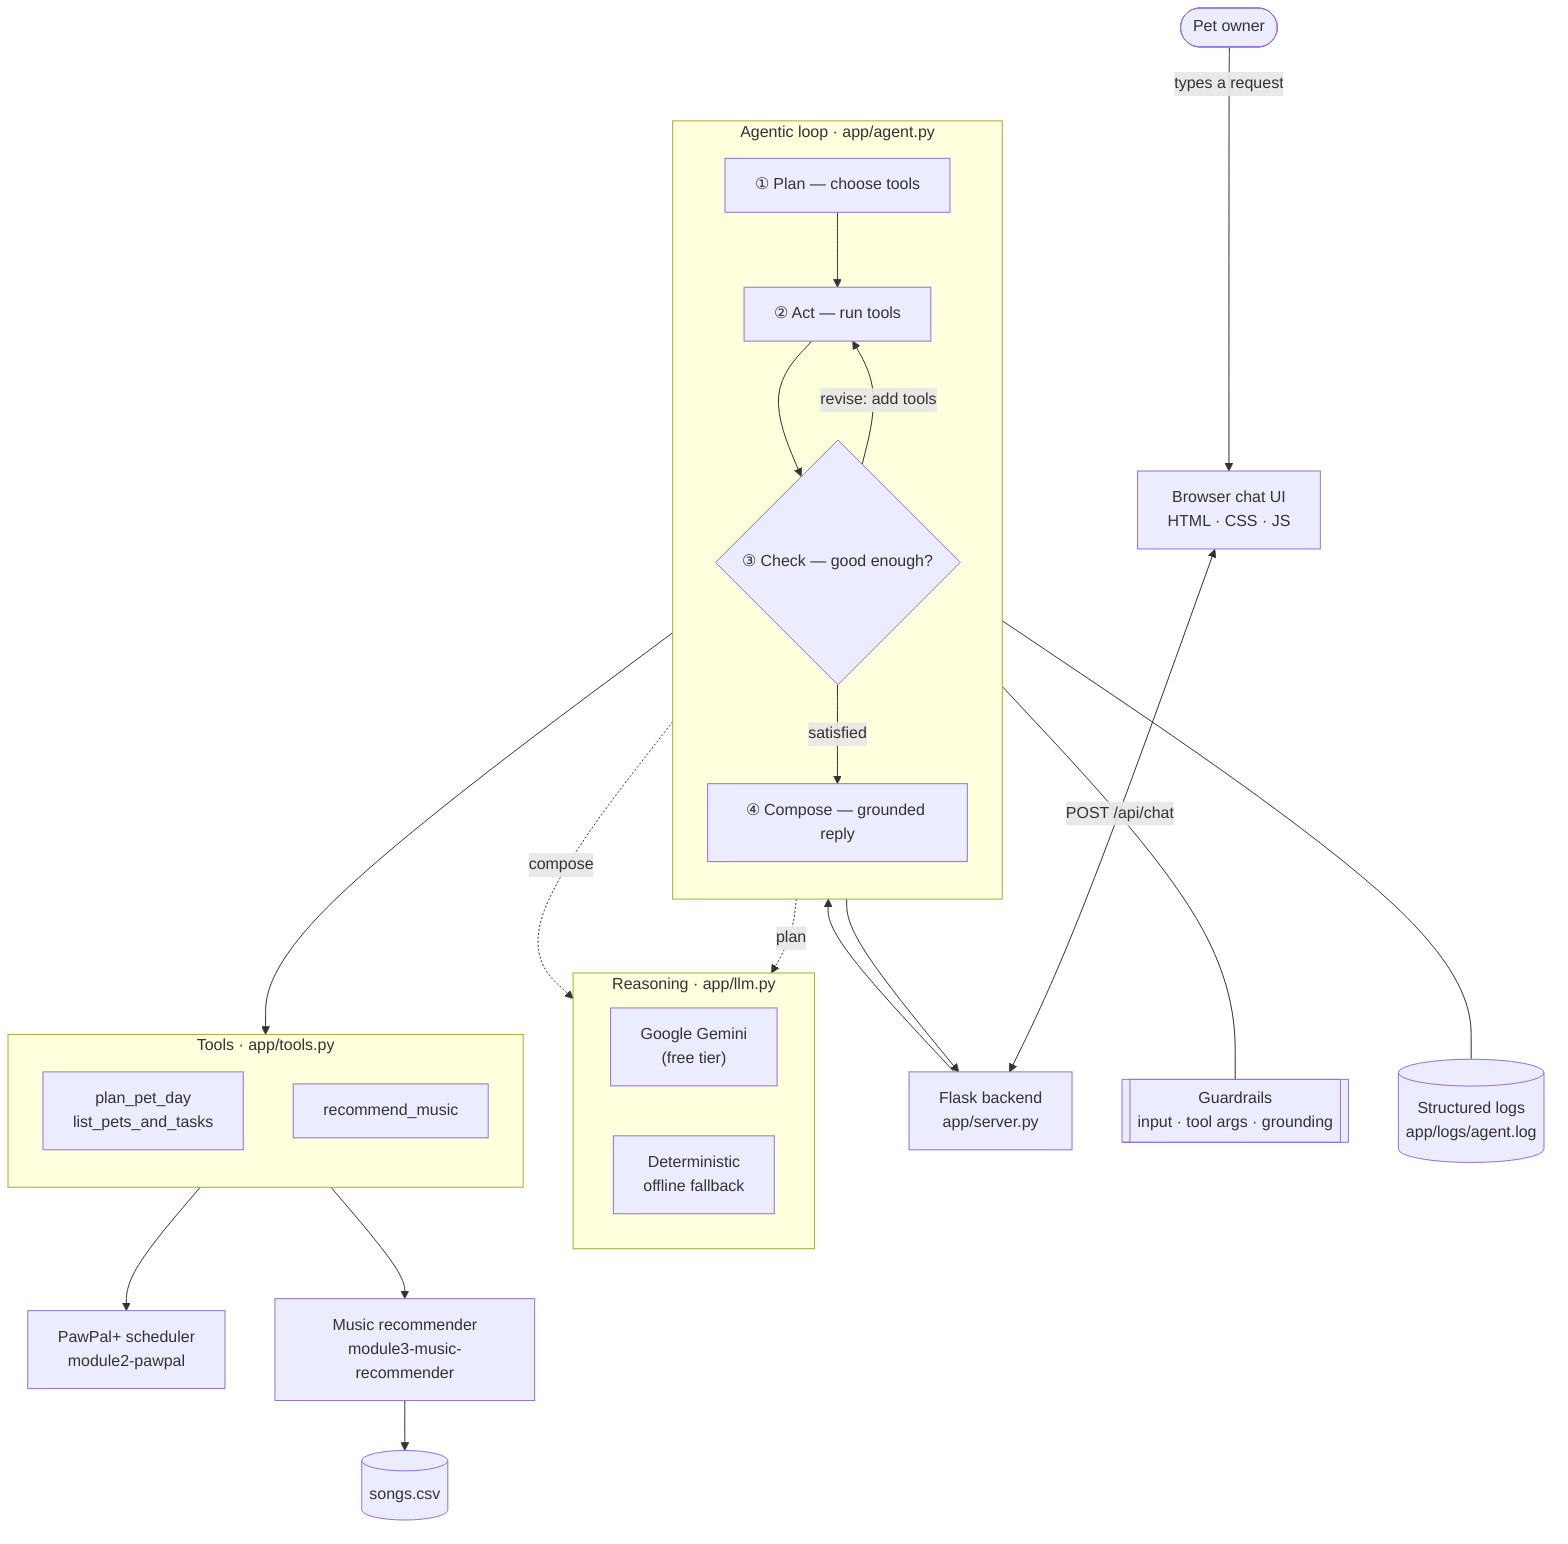
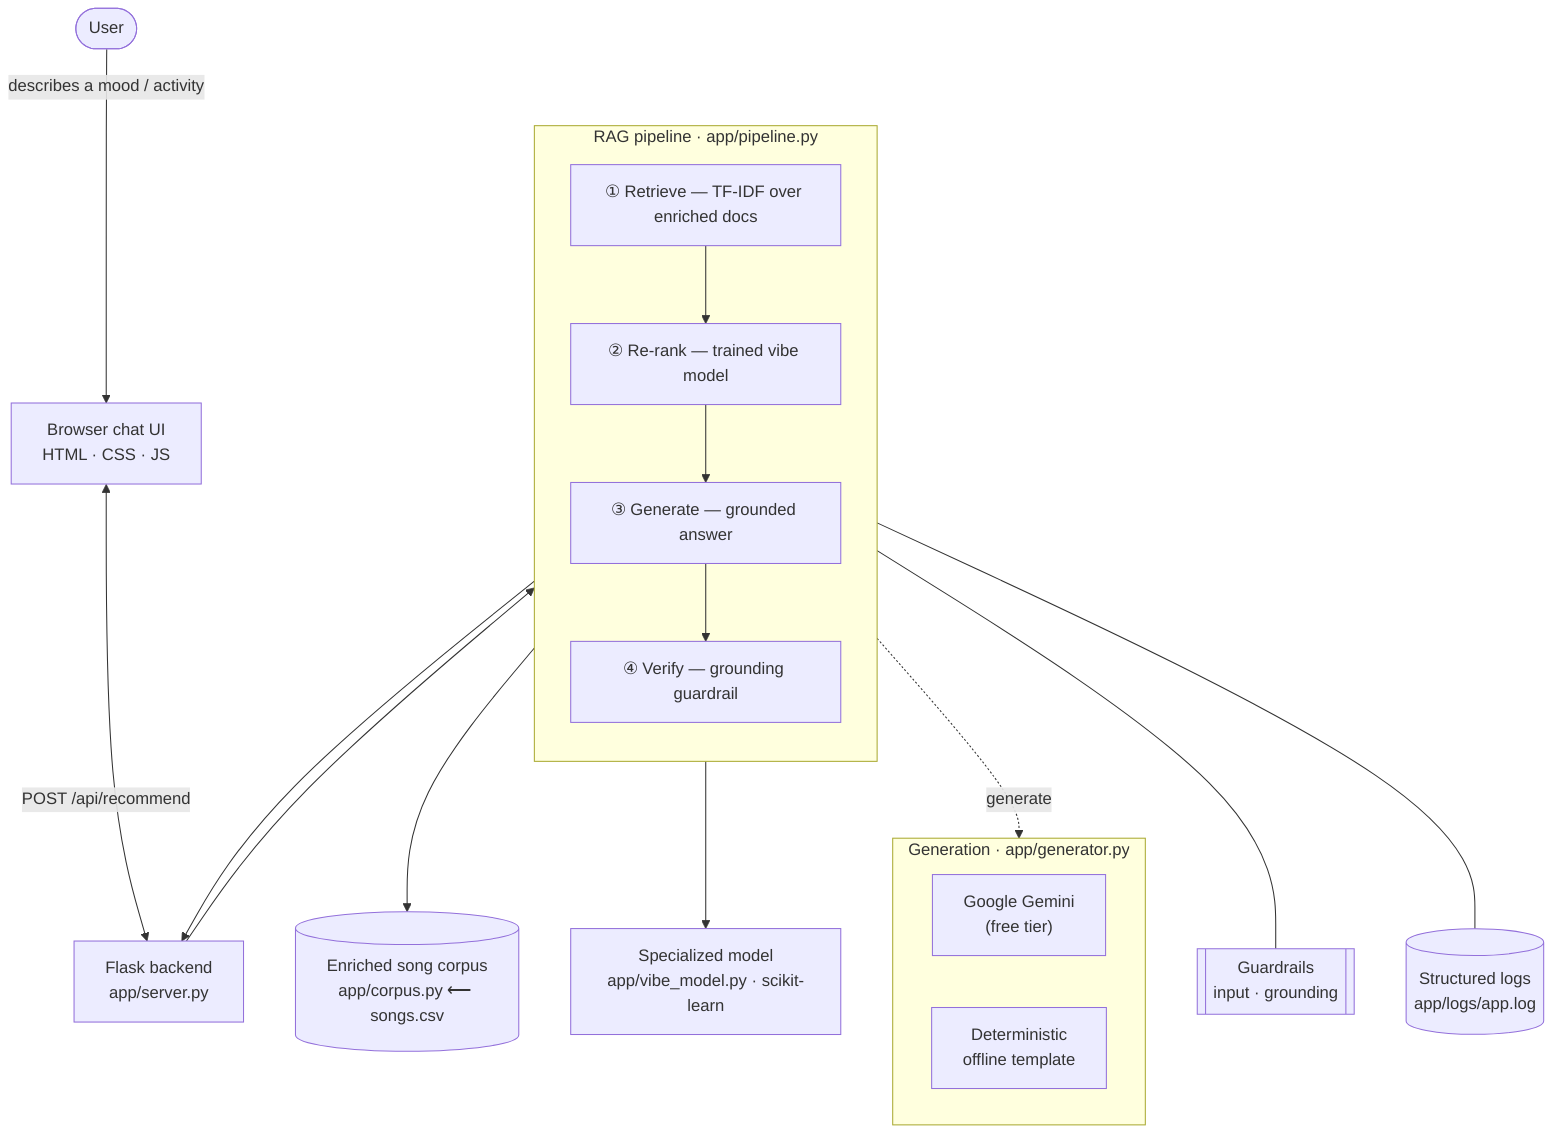
- %% Applied AI System — PawPal+ Companion
- %% Source of truth (Mermaid). Export a PNG to ../assets/ for the README if desired.
- %% Advanced AI feature: an Agentic Workflow (plan → act → check → compose)
- %% that routes between two Module engines and checks its own work.
+ %% Applied AI System — Music RAG Recommender
+ %% Source of truth (Mermaid). Export a PNG to ../assets/ for the README.
+ %% Advanced AI features:
+ %%   (1) Retrieval-Augmented Generation — retrieve songs, then generate grounded in them
+ %%   (2) A specialized scikit-learn "vibe" model that re-ranks the retrieved songs

flowchart TD
-     User([Pet owner]) -->|types a request| UI["Browser chat UI<br/>HTML · CSS · JS"]
-     UI <-->|POST /api/chat| API["Flask backend<br/>app/server.py"]
+     User([User]) -->|describes a mood / activity| UI["Browser chat UI<br/>HTML · CSS · JS"]
+     UI <-->|POST /api/recommend| API["Flask backend<br/>app/server.py"]

-     API --> Plan
+     API --> R

-     subgraph Agent["Agentic loop · app/agent.py"]
+     subgraph Pipe["RAG pipeline · app/pipeline.py"]
        direction TB
-         Plan["① Plan — choose tools"]
-         Act["② Act — run tools"]
-         Check{"③ Check — good enough?"}
-         Compose["④ Compose — grounded reply"]
-         Plan --> Act --> Check
-         Check -- "revise: add tools" --> Act
-         Check -- "satisfied" --> Compose
+         R["① Retrieve — TF-IDF over enriched docs"]
+         K["② Re-rank — trained vibe model"]
+         G["③ Generate — grounded answer"]
+         V["④ Verify — grounding guardrail"]
+         R --> K --> G --> V
    end

-     Plan -. plan .-> Planner
-     Compose -. compose .-> Planner
-     subgraph Planner["Reasoning · app/llm.py"]
+     R --> Corpus[("Enriched song corpus<br/>app/corpus.py ⟵ songs.csv")]
+     K --> Model["Specialized model<br/>app/vibe_model.py · scikit-learn"]
+ 
+     G -. generate .-> Gen
+     subgraph Gen["Generation · app/generator.py"]
        Gemini["Google Gemini<br/>(free tier)"]
-         Offline["Deterministic<br/>offline fallback"]
+         Offline["Deterministic<br/>offline template"]
    end

-     Act --> ToolsBox
-     subgraph ToolsBox["Tools · app/tools.py"]
-         direction TB
-         PlanTool["plan_pet_day<br/>list_pets_and_tasks"]
-         MusicTool["recommend_music"]
-     end
-     PlanTool --> PawPal["PawPal+ scheduler<br/>module2-pawpal"]
-     MusicTool --> Rec["Music recommender<br/>module3-music-recommender"]
-     Rec --> CSV[("songs.csv")]
+     Guard[["Guardrails<br/>input · grounding"]]
+     Logs[("Structured logs<br/>app/logs/app.log")]
+     Pipe --- Guard
+     Pipe --- Logs

-     Guard[["Guardrails<br/>input · tool args · grounding"]]
-     Logs[("Structured logs<br/>app/logs/agent.log")]
-     Agent --- Guard
-     Agent --- Logs
- 
-     Compose --> API
+     V --> API
